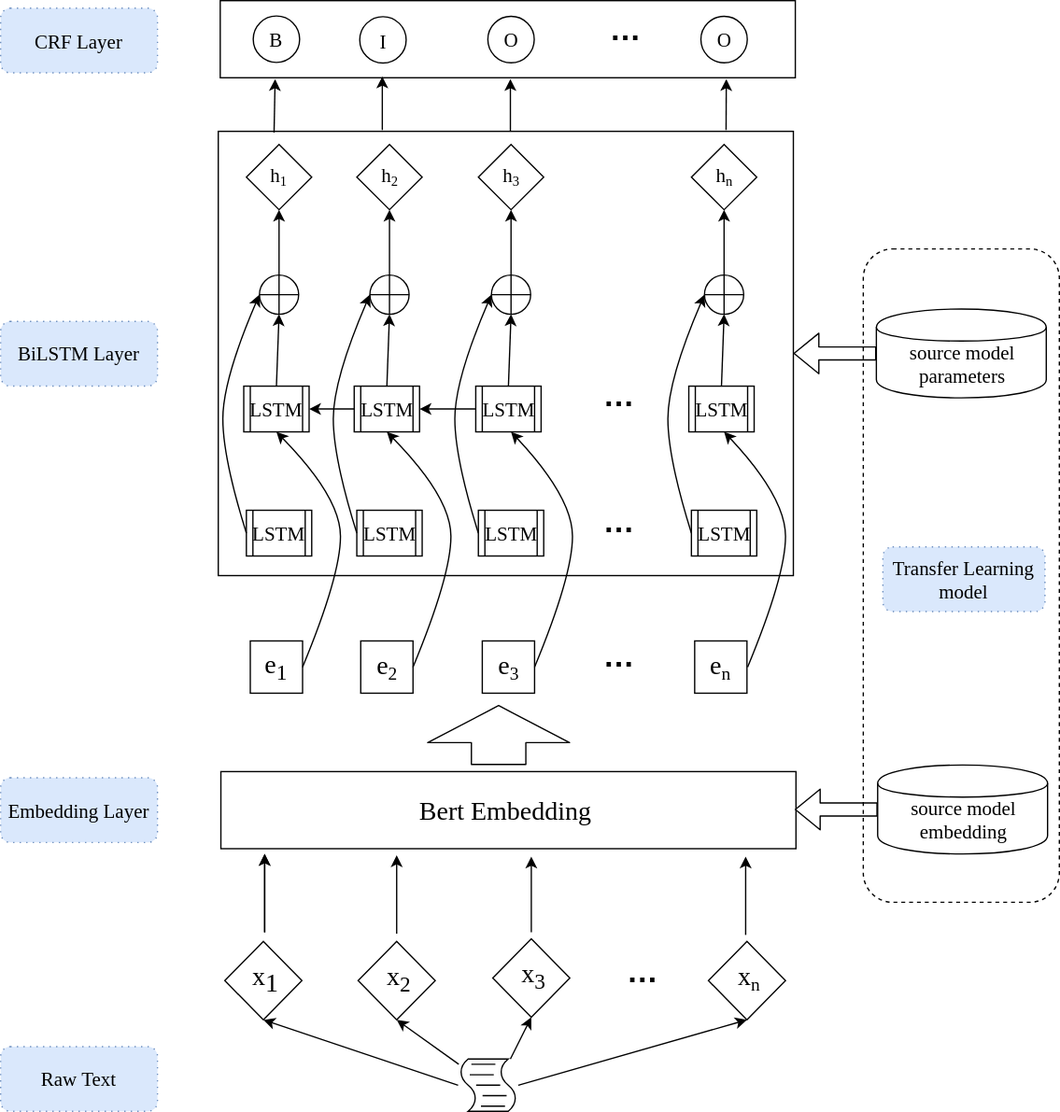
yhx123hero/CyberspaceSecurity_NER keeps this draw.io diagram as Trans-Bert-BiLSTM-CRF.svg. Above is the earlier version. Source tidied: cells renumbered, new cells last; positions are measured from the earlier drawing's top-left corner, leaving out a move shared by most shapes.
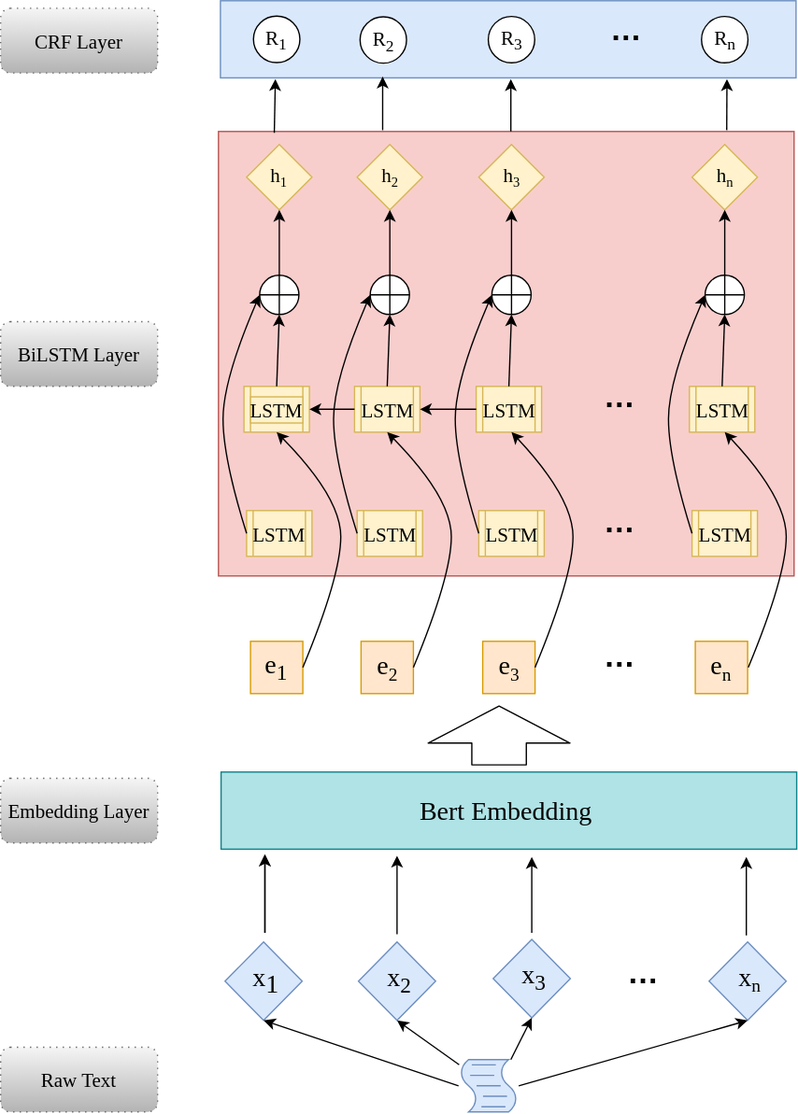
After the commit.

Diff of the diagram source:
```diff
@@ -4,12 +4,9 @@
     <mxCell id="1" parent="0" />
-    <mxCell id="2" style="rounded=1;whiteSpace=wrap;html=1;dashed=1;" parent="1" vertex="1">
-      <mxGeometry x="660" y="190" width="150" height="500" as="geometry" />
-    </mxCell>
-    <mxCell id="3" style="rounded=0;whiteSpace=wrap;html=1;" parent="1" vertex="1">
+    <mxCell id="3" style="rounded=0;whiteSpace=wrap;html=1;fillColor=#f8cecc;strokeColor=#b85450;" parent="1" vertex="1">
       <mxGeometry x="166.5" y="100" width="440" height="340" as="geometry" />
     </mxCell>
-    <mxCell id="4" style="shape=mxgraph.bpmn.script_task;html=1;outlineConnect=0;" parent="1" vertex="1">
+    <mxCell id="4" style="shape=mxgraph.bpmn.script_task;html=1;outlineConnect=0;fillColor=#dae8fc;strokeColor=#6c8ebf;" parent="1" vertex="1">
       <mxGeometry x="350.5" y="810" width="45" height="40" as="geometry" />
     </mxCell>
-    <mxCell id="5" style="rhombus;whiteSpace=wrap;html=1;labelBackgroundColor=#ffffff;fontFamily=Georgia;fontSize=18;verticalAlign=top;labelPosition=center;verticalLabelPosition=bottom;align=center;" parent="1" vertex="1">
+    <mxCell id="5" style="rhombus;whiteSpace=wrap;html=1;labelBackgroundColor=#ffffff;fontFamily=Georgia;fontSize=18;verticalAlign=top;labelPosition=center;verticalLabelPosition=bottom;align=center;fillColor=#dae8fc;strokeColor=#6c8ebf;" parent="1" vertex="1">
       <mxGeometry x="171.5" y="720" width="59" height="60" as="geometry" />
@@ -19,3 +16,3 @@
     </mxCell>
-    <mxCell id="7" style="rhombus;whiteSpace=wrap;html=1;labelBackgroundColor=#ffffff;fontFamily=Georgia;fontSize=18;verticalAlign=top;labelPosition=center;verticalLabelPosition=bottom;align=center;" parent="1" vertex="1">
+    <mxCell id="7" style="rhombus;whiteSpace=wrap;html=1;labelBackgroundColor=#ffffff;fontFamily=Georgia;fontSize=18;verticalAlign=top;labelPosition=center;verticalLabelPosition=bottom;align=center;fillColor=#dae8fc;strokeColor=#6c8ebf;" parent="1" vertex="1">
       <mxGeometry x="273.5" y="720" width="59" height="60" as="geometry" />
@@ -25,3 +22,3 @@
     </mxCell>
-    <mxCell id="9" style="rhombus;whiteSpace=wrap;html=1;labelBackgroundColor=#ffffff;fontFamily=Georgia;fontSize=18;verticalAlign=top;labelPosition=center;verticalLabelPosition=bottom;align=center;" parent="1" vertex="1">
+    <mxCell id="9" style="rhombus;whiteSpace=wrap;html=1;labelBackgroundColor=#ffffff;fontFamily=Georgia;fontSize=18;verticalAlign=top;labelPosition=center;verticalLabelPosition=bottom;align=center;fillColor=#dae8fc;strokeColor=#6c8ebf;" parent="1" vertex="1">
       <mxGeometry x="376.5" y="718" width="59" height="60" as="geometry" />
@@ -31,3 +28,3 @@
     </mxCell>
-    <mxCell id="11" style="rhombus;whiteSpace=wrap;html=1;labelBackgroundColor=#ffffff;fontFamily=Georgia;fontSize=18;verticalAlign=top;labelPosition=center;verticalLabelPosition=bottom;align=center;" parent="1" vertex="1">
+    <mxCell id="11" style="rhombus;whiteSpace=wrap;html=1;labelBackgroundColor=#ffffff;fontFamily=Georgia;fontSize=18;verticalAlign=top;labelPosition=center;verticalLabelPosition=bottom;align=center;fillColor=#dae8fc;strokeColor=#6c8ebf;" parent="1" vertex="1">
       <mxGeometry x="541.5" y="720" width="59" height="60" as="geometry" />
@@ -58,3 +55,3 @@
     </mxCell>
-    <mxCell id="18" style="rounded=0;whiteSpace=wrap;html=1;" parent="1" vertex="1">
+    <mxCell id="18" style="rounded=0;whiteSpace=wrap;html=1;fillColor=#b0e3e6;strokeColor=#0e8088;" parent="1" vertex="1">
       <mxGeometry x="168.5" y="590" width="440" height="59" as="geometry" />
@@ -100,3 +97,3 @@
     </mxCell>
-    <mxCell id="25" style="whiteSpace=wrap;html=1;labelBackgroundColor=none;fontFamily=Georgia;fontSize=20;" parent="1" vertex="1">
+    <mxCell id="25" style="whiteSpace=wrap;html=1;labelBackgroundColor=none;fontFamily=Georgia;fontSize=20;fillColor=#ffe6cc;strokeColor=#d79b00;" parent="1" vertex="1">
       <mxGeometry x="191" y="490" width="40" height="40" as="geometry" />
@@ -106,3 +103,3 @@
     </mxCell>
-    <mxCell id="27" style="whiteSpace=wrap;html=1;labelBackgroundColor=none;fontFamily=Georgia;fontSize=20;" parent="1" vertex="1">
+    <mxCell id="27" style="whiteSpace=wrap;html=1;labelBackgroundColor=none;fontFamily=Georgia;fontSize=20;fillColor=#ffe6cc;strokeColor=#d79b00;" parent="1" vertex="1">
       <mxGeometry x="275.5" y="490" width="40" height="40" as="geometry" />
@@ -112,3 +109,3 @@
     </mxCell>
-    <mxCell id="29" style="whiteSpace=wrap;html=1;labelBackgroundColor=none;fontFamily=Georgia;fontSize=20;" parent="1" vertex="1">
+    <mxCell id="29" style="whiteSpace=wrap;html=1;labelBackgroundColor=none;fontFamily=Georgia;fontSize=20;fillColor=#ffe6cc;strokeColor=#d79b00;" parent="1" vertex="1">
       <mxGeometry x="368.5" y="490" width="40" height="40" as="geometry" />
@@ -118,3 +115,3 @@
     </mxCell>
-    <mxCell id="31" style="whiteSpace=wrap;html=1;labelBackgroundColor=none;fontFamily=Georgia;fontSize=20;" parent="1" vertex="1">
+    <mxCell id="31" style="whiteSpace=wrap;html=1;labelBackgroundColor=none;fontFamily=Georgia;fontSize=20;fillColor=#ffe6cc;strokeColor=#d79b00;" parent="1" vertex="1">
       <mxGeometry x="531" y="490" width="40" height="40" as="geometry" />
@@ -133,3 +130,3 @@
     </mxCell>
-    <mxCell id="35" style="shape=process;whiteSpace=wrap;html=1;backgroundOutline=1;labelBackgroundColor=none;fontFamily=Georgia;fontSize=20;" parent="1" vertex="1">
+    <mxCell id="35" style="shape=process;whiteSpace=wrap;html=1;backgroundOutline=1;labelBackgroundColor=none;fontFamily=Georgia;fontSize=20;fillColor=#fff2cc;strokeColor=#d6b656;" parent="1" vertex="1">
       <mxGeometry x="188" y="390" width="50" height="35" as="geometry" />
@@ -139,6 +136,6 @@
     </mxCell>
-    <mxCell id="37" style="shape=process;whiteSpace=wrap;html=1;backgroundOutline=1;labelBackgroundColor=none;fontFamily=Georgia;fontSize=20;" parent="1" vertex="1">
+    <mxCell id="37" style="shape=process;whiteSpace=wrap;html=1;backgroundOutline=1;labelBackgroundColor=none;fontFamily=Georgia;fontSize=20;fillColor=#fff2cc;strokeColor=#d6b656;" parent="1" vertex="1">
       <mxGeometry x="186" y="295" width="50" height="35" as="geometry" />
     </mxCell>
-    <mxCell id="38" value="LSTM" style="text;html=1;strokeColor=none;fillColor=none;align=center;verticalAlign=middle;whiteSpace=wrap;rounded=0;labelBackgroundColor=none;fontFamily=Georgia;fontSize=15;" parent="1" vertex="1">
+    <mxCell id="38" value="LSTM" style="text;html=1;strokeColor=#d6b656;fillColor=#fff2cc;align=center;verticalAlign=middle;whiteSpace=wrap;rounded=0;labelBackgroundColor=none;fontFamily=Georgia;fontSize=15;" parent="1" vertex="1">
       <mxGeometry x="191" y="303" width="40" height="20" as="geometry" />
@@ -148,3 +145,3 @@
     </mxCell>
-    <mxCell id="40" style="rhombus;whiteSpace=wrap;html=1;labelBackgroundColor=none;fontFamily=Georgia;fontSize=15;" parent="1" vertex="1">
+    <mxCell id="40" style="rhombus;whiteSpace=wrap;html=1;labelBackgroundColor=none;fontFamily=Georgia;fontSize=15;fillColor=#fff2cc;strokeColor=#d6b656;" parent="1" vertex="1">
       <mxGeometry x="188" y="110" width="50" height="50" as="geometry" />
@@ -176,3 +173,3 @@
     </mxCell>
-    <mxCell id="46" style="shape=process;whiteSpace=wrap;html=1;backgroundOutline=1;labelBackgroundColor=none;fontFamily=Georgia;fontSize=20;" parent="1" vertex="1">
+    <mxCell id="46" style="shape=process;whiteSpace=wrap;html=1;backgroundOutline=1;labelBackgroundColor=none;fontFamily=Georgia;fontSize=20;fillColor=#fff2cc;strokeColor=#d6b656;" parent="1" vertex="1">
       <mxGeometry x="272.5" y="390" width="50" height="35" as="geometry" />
@@ -182,3 +179,3 @@
     </mxCell>
-    <mxCell id="48" style="shape=process;whiteSpace=wrap;html=1;backgroundOutline=1;labelBackgroundColor=none;fontFamily=Georgia;fontSize=20;" parent="1" vertex="1">
+    <mxCell id="48" style="shape=process;whiteSpace=wrap;html=1;backgroundOutline=1;labelBackgroundColor=none;fontFamily=Georgia;fontSize=20;fillColor=#fff2cc;strokeColor=#d6b656;" parent="1" vertex="1">
       <mxGeometry x="270.5" y="295" width="50" height="35" as="geometry" />
@@ -191,3 +188,3 @@
     </mxCell>
-    <mxCell id="51" style="rhombus;whiteSpace=wrap;html=1;labelBackgroundColor=none;fontFamily=Georgia;fontSize=15;" parent="1" vertex="1">
+    <mxCell id="51" style="rhombus;whiteSpace=wrap;html=1;labelBackgroundColor=none;fontFamily=Georgia;fontSize=15;fillColor=#fff2cc;strokeColor=#d6b656;" parent="1" vertex="1">
       <mxGeometry x="272.5" y="110" width="50" height="50" as="geometry" />
@@ -223,3 +220,3 @@
     </mxCell>
-    <mxCell id="58" style="shape=process;whiteSpace=wrap;html=1;backgroundOutline=1;labelBackgroundColor=none;fontFamily=Georgia;fontSize=20;" parent="1" vertex="1">
+    <mxCell id="58" style="shape=process;whiteSpace=wrap;html=1;backgroundOutline=1;labelBackgroundColor=none;fontFamily=Georgia;fontSize=20;fillColor=#fff2cc;strokeColor=#d6b656;" parent="1" vertex="1">
       <mxGeometry x="365.5" y="390" width="50" height="35" as="geometry" />
@@ -229,3 +226,3 @@
     </mxCell>
-    <mxCell id="60" style="shape=process;whiteSpace=wrap;html=1;backgroundOutline=1;labelBackgroundColor=none;fontFamily=Georgia;fontSize=20;" parent="1" vertex="1">
+    <mxCell id="60" style="shape=process;whiteSpace=wrap;html=1;backgroundOutline=1;labelBackgroundColor=none;fontFamily=Georgia;fontSize=20;fillColor=#fff2cc;strokeColor=#d6b656;" parent="1" vertex="1">
       <mxGeometry x="363.5" y="295" width="50" height="35" as="geometry" />
@@ -238,3 +235,3 @@
     </mxCell>
-    <mxCell id="63" style="rhombus;whiteSpace=wrap;html=1;labelBackgroundColor=none;fontFamily=Georgia;fontSize=15;" parent="1" vertex="1">
+    <mxCell id="63" style="rhombus;whiteSpace=wrap;html=1;labelBackgroundColor=none;fontFamily=Georgia;fontSize=15;fillColor=#fff2cc;strokeColor=#d6b656;" parent="1" vertex="1">
       <mxGeometry x="365.5" y="110" width="50" height="50" as="geometry" />
@@ -268,3 +265,3 @@
     </mxCell>
-    <mxCell id="69" style="shape=process;whiteSpace=wrap;html=1;backgroundOutline=1;labelBackgroundColor=none;fontFamily=Georgia;fontSize=20;" parent="1" vertex="1">
+    <mxCell id="69" style="shape=process;whiteSpace=wrap;html=1;backgroundOutline=1;labelBackgroundColor=none;fontFamily=Georgia;fontSize=20;fillColor=#fff2cc;strokeColor=#d6b656;" parent="1" vertex="1">
       <mxGeometry x="528.5" y="390" width="50" height="35" as="geometry" />
@@ -274,3 +271,3 @@
     </mxCell>
-    <mxCell id="71" style="shape=process;whiteSpace=wrap;html=1;backgroundOutline=1;labelBackgroundColor=none;fontFamily=Georgia;fontSize=20;" parent="1" vertex="1">
+    <mxCell id="71" style="shape=process;whiteSpace=wrap;html=1;backgroundOutline=1;labelBackgroundColor=none;fontFamily=Georgia;fontSize=20;fillColor=#fff2cc;strokeColor=#d6b656;" parent="1" vertex="1">
       <mxGeometry x="526.5" y="295" width="50" height="35" as="geometry" />
@@ -283,3 +280,3 @@
     </mxCell>
-    <mxCell id="74" style="rhombus;whiteSpace=wrap;html=1;labelBackgroundColor=none;fontFamily=Georgia;fontSize=15;" parent="1" vertex="1">
+    <mxCell id="74" style="rhombus;whiteSpace=wrap;html=1;labelBackgroundColor=none;fontFamily=Georgia;fontSize=15;fillColor=#fff2cc;strokeColor=#d6b656;" parent="1" vertex="1">
       <mxGeometry x="528.5" y="110" width="50" height="50" as="geometry" />
@@ -322,3 +319,3 @@
     </mxCell>
-    <mxCell id="83" style="rounded=0;whiteSpace=wrap;html=1;" parent="1" vertex="1">
+    <mxCell id="83" style="rounded=0;whiteSpace=wrap;html=1;fillColor=#dae8fc;strokeColor=#6c8ebf;" parent="1" vertex="1">
       <mxGeometry x="168" width="440" height="59" as="geometry" />
@@ -328,3 +325,3 @@
     </mxCell>
-    <mxCell id="85" value="B" style="text;html=1;strokeColor=none;fillColor=none;align=center;verticalAlign=middle;whiteSpace=wrap;rounded=0;labelBackgroundColor=none;fontFamily=Georgia;fontSize=15;" parent="1" vertex="1">
+    <mxCell id="85" value="R&lt;sub&gt;1&lt;/sub&gt;" style="text;html=1;strokeColor=none;fillColor=none;align=center;verticalAlign=middle;whiteSpace=wrap;rounded=0;labelBackgroundColor=none;fontFamily=Georgia;fontSize=15;" parent="1" vertex="1">
       <mxGeometry x="191" y="20" width="40" height="20" as="geometry" />
@@ -334,3 +331,3 @@
     </mxCell>
-    <mxCell id="87" value="I" style="text;html=1;strokeColor=none;fillColor=none;align=center;verticalAlign=middle;whiteSpace=wrap;rounded=0;labelBackgroundColor=none;fontFamily=Georgia;fontSize=15;" parent="1" vertex="1">
+    <mxCell id="87" value="R&lt;sub&gt;2&lt;/sub&gt;" style="text;html=1;strokeColor=none;fillColor=none;align=center;verticalAlign=middle;whiteSpace=wrap;rounded=0;labelBackgroundColor=none;fontFamily=Georgia;fontSize=15;" parent="1" vertex="1">
       <mxGeometry x="272.5" y="20.5" width="40" height="20" as="geometry" />
@@ -340,3 +337,3 @@
     </mxCell>
-    <mxCell id="89" value="O" style="text;html=1;strokeColor=none;fillColor=none;align=center;verticalAlign=middle;whiteSpace=wrap;rounded=0;labelBackgroundColor=none;fontFamily=Georgia;fontSize=15;" parent="1" vertex="1">
+    <mxCell id="89" value="R&lt;sub&gt;3&lt;/sub&gt;" style="text;html=1;strokeColor=none;fillColor=none;align=center;verticalAlign=middle;whiteSpace=wrap;rounded=0;labelBackgroundColor=none;fontFamily=Georgia;fontSize=15;" parent="1" vertex="1">
       <mxGeometry x="370.5" y="20.2" width="40" height="20" as="geometry" />
@@ -346,14 +343,5 @@
     </mxCell>
-    <mxCell id="91" value="O" style="text;html=1;strokeColor=none;fillColor=none;align=center;verticalAlign=middle;whiteSpace=wrap;rounded=0;labelBackgroundColor=none;fontFamily=Georgia;fontSize=15;" parent="1" vertex="1">
+    <mxCell id="91" value="R&lt;sub&gt;n&lt;/sub&gt;" style="text;html=1;strokeColor=none;fillColor=none;align=center;verticalAlign=middle;whiteSpace=wrap;rounded=0;labelBackgroundColor=none;fontFamily=Georgia;fontSize=15;" parent="1" vertex="1">
       <mxGeometry x="533.5" y="20.2" width="40" height="20" as="geometry" />
     </mxCell>
-    <mxCell id="92" style="shape=cylinder;whiteSpace=wrap;html=1;boundedLbl=1;backgroundOutline=1;labelBackgroundColor=none;fontFamily=Georgia;fontSize=15;" parent="1" vertex="1">
-      <mxGeometry x="670" y="236" width="130" height="68" as="geometry" />
-    </mxCell>
-    <mxCell id="93" style="shape=flexArrow;endArrow=classic;html=1;fontFamily=Georgia;fontSize=15;entryX=1;entryY=0.5;entryDx=0;entryDy=0;exitX=0;exitY=0.5;exitDx=0;exitDy=0;" parent="1" edge="1" source="92" target="3">
-      <mxGeometry relative="1" as="geometry" />
-    </mxCell>
-    <mxCell id="94" value="source model parameters" style="text;html=1;strokeColor=none;fillColor=none;align=center;verticalAlign=middle;whiteSpace=wrap;rounded=0;labelBackgroundColor=none;fontFamily=Georgia;fontSize=15;" parent="1" vertex="1">
-      <mxGeometry x="686" y="266" width="100" height="23" as="geometry" />
-    </mxCell>
     <mxCell id="95" style="endArrow=classic;html=1;fontFamily=Georgia;fontSize=15;exitX=0.097;exitY=0.003;exitDx=0;exitDy=0;exitPerimeter=0;" parent="1" edge="1" source="3">
@@ -378,15 +366,12 @@
     </mxCell>
-    <mxCell id="99" value="CRF Layer" style="shape=ext;rounded=1;html=1;whiteSpace=wrap;dashed=1;dashPattern=1 4;labelBackgroundColor=none;fontFamily=Georgia;fontSize=15;fillColor=#dae8fc;strokeColor=#6c8ebf;" parent="1" vertex="1">
+    <mxCell id="99" value="CRF Layer" style="shape=ext;rounded=1;html=1;whiteSpace=wrap;dashed=1;dashPattern=1 4;labelBackgroundColor=none;fontFamily=Georgia;fontSize=15;fillColor=#f5f5f5;strokeColor=#666666;gradientColor=#b3b3b3;" parent="1" vertex="1">
       <mxGeometry y="5.8" width="120" height="49.5" as="geometry" />
     </mxCell>
-    <mxCell id="100" value="BiLSTM Layer" style="shape=ext;rounded=1;html=1;whiteSpace=wrap;dashed=1;dashPattern=1 4;labelBackgroundColor=none;fontFamily=Georgia;fontSize=15;fillColor=#dae8fc;strokeColor=#6c8ebf;" parent="1" vertex="1">
+    <mxCell id="100" value="BiLSTM Layer" style="shape=ext;rounded=1;html=1;whiteSpace=wrap;dashed=1;dashPattern=1 4;labelBackgroundColor=none;fontFamily=Georgia;fontSize=15;fillColor=#f5f5f5;strokeColor=#666666;gradientColor=#b3b3b3;" parent="1" vertex="1">
       <mxGeometry y="245.5" width="120" height="49.5" as="geometry" />
     </mxCell>
-    <mxCell id="101" value="Embedding Layer" style="shape=ext;rounded=1;html=1;whiteSpace=wrap;dashed=1;dashPattern=1 4;labelBackgroundColor=none;fontFamily=Georgia;fontSize=15;fillColor=#dae8fc;strokeColor=#6c8ebf;" parent="1" vertex="1">
+    <mxCell id="101" value="Embedding Layer" style="shape=ext;rounded=1;html=1;whiteSpace=wrap;dashed=1;dashPattern=1 4;labelBackgroundColor=none;fontFamily=Georgia;fontSize=15;fillColor=#f5f5f5;strokeColor=#666666;gradientColor=#b3b3b3;" parent="1" vertex="1">
       <mxGeometry y="594.8" width="120" height="49.5" as="geometry" />
     </mxCell>
-    <mxCell id="102" value="Transfer Learning model" style="shape=ext;rounded=1;html=1;whiteSpace=wrap;dashed=1;dashPattern=1 4;labelBackgroundColor=none;fontFamily=Georgia;fontSize=15;fillColor=#dae8fc;strokeColor=#6c8ebf;" parent="1" vertex="1">
-      <mxGeometry x="675" y="418" width="124" height="49.5" as="geometry" />
-    </mxCell>
-    <mxCell id="103" value="Raw Text" style="shape=ext;rounded=1;html=1;whiteSpace=wrap;dashed=1;dashPattern=1 4;labelBackgroundColor=none;fontFamily=Georgia;fontSize=15;fillColor=#dae8fc;strokeColor=#6c8ebf;" parent="1" vertex="1">
+    <mxCell id="103" value="Raw Text" style="shape=ext;rounded=1;html=1;whiteSpace=wrap;dashed=1;dashPattern=1 4;labelBackgroundColor=none;fontFamily=Georgia;fontSize=15;fillColor=#f5f5f5;strokeColor=#666666;gradientColor=#b3b3b3;" parent="1" vertex="1">
       <mxGeometry y="800.5" width="120" height="49.5" as="geometry" />
@@ -396,13 +381,2 @@
     </mxCell>
-    <mxCell id="105" style="shape=cylinder;whiteSpace=wrap;html=1;boundedLbl=1;backgroundOutline=1;labelBackgroundColor=none;fontFamily=Georgia;fontSize=15;" parent="1" vertex="1">
-      <mxGeometry x="671" y="585" width="130" height="68" as="geometry" />
-    </mxCell>
-    <mxCell id="106" style="shape=flexArrow;endArrow=classic;html=1;fontFamily=Georgia;fontSize=15;entryX=1;entryY=0.5;entryDx=0;entryDy=0;exitX=0;exitY=0.5;exitDx=0;exitDy=0;" parent="1" edge="1" source="105">
-      <mxGeometry relative="1" as="geometry">
-        <mxPoint x="607.5" y="619" as="targetPoint" />
-      </mxGeometry>
-    </mxCell>
-    <mxCell id="107" value="source model embedding" style="text;html=1;strokeColor=none;fillColor=none;align=center;verticalAlign=middle;whiteSpace=wrap;rounded=0;labelBackgroundColor=none;fontFamily=Georgia;fontSize=15;" parent="1" vertex="1">
-      <mxGeometry x="687" y="615" width="100" height="23" as="geometry" />
-    </mxCell>
   </root>
```
